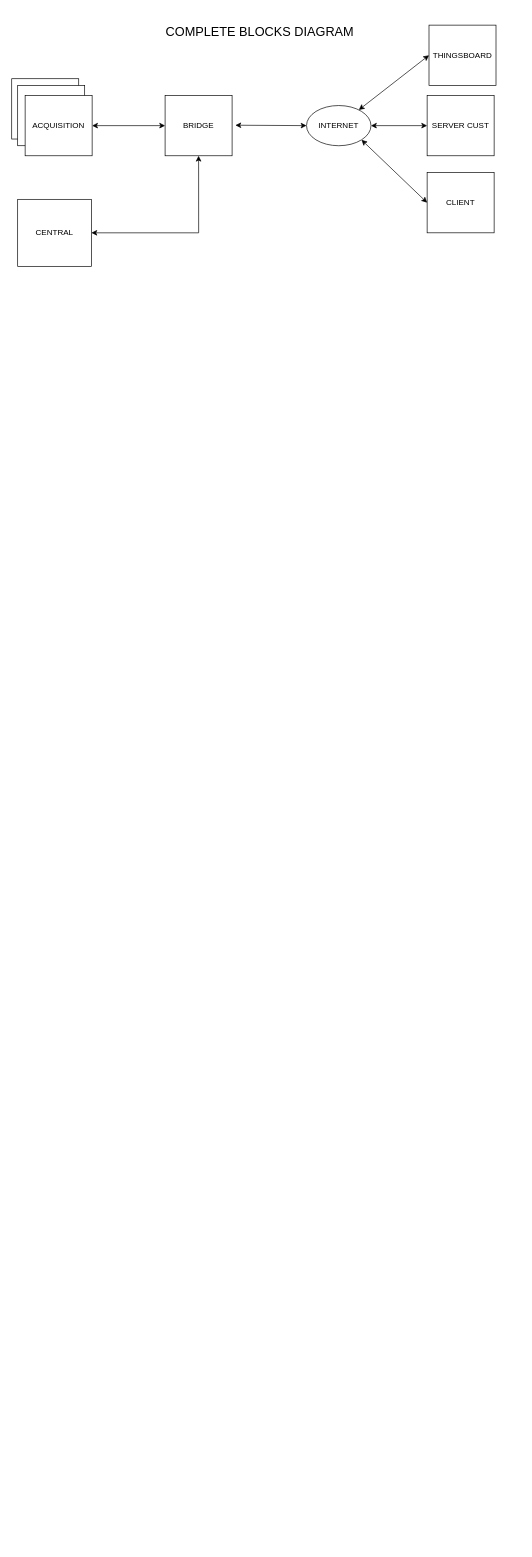
Before: page "Page-1" (1 of 2) of Doc/Blocks/Working_Blocks/Working_Blocks.drawio in fmarzo/SMASHBOX, a draw.io diagram. Source tidied: cells renumbered, new cells numbered last; positions are measured from the earlier drawing's top-left corner, leaving out a move shared by most shapes. Both pictures are drawn from the tidied source at 67%, with x=0, y=0 at pixel (11, 18).
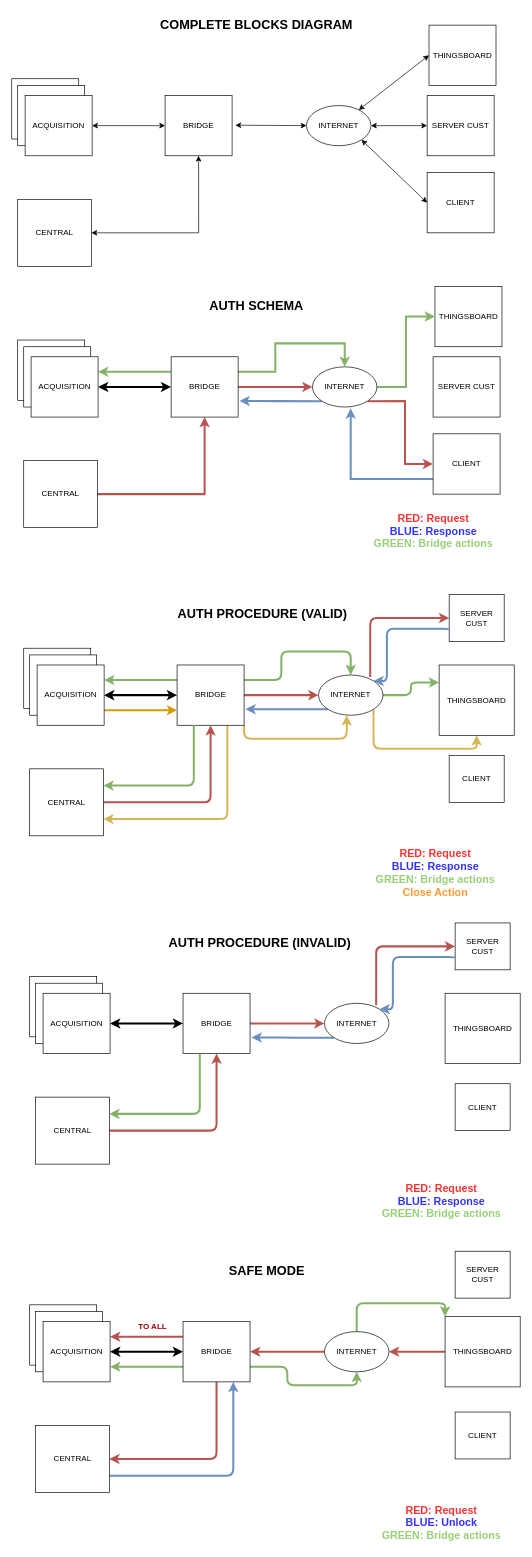
The same page after the edit.

Diff of the diagram source:
```diff
@@
-    <mxCell id="15" value="&lt;font style=&quot;font-size: 19px;&quot;&gt;COMPLETE BLOCKS DIAGRAM&lt;/font&gt;" style="text;html=1;align=center;verticalAlign=middle;strokeColor=none;fillColor=none;" parent="1" vertex="1">
-      <mxGeometry x="220" width="300" height="40" as="geometry" />
+    <mxCell id="15" value="&lt;font style=&quot;font-size: 19px;&quot;&gt;&lt;b&gt;COMPLETE BLOCKS DIAGRAM&lt;/b&gt;&lt;/font&gt;" style="text;html=1;align=center;verticalAlign=middle;strokeColor=none;fillColor=none;" parent="1" vertex="1">
+      <mxGeometry x="210" y="-10" width="310" height="40" as="geometry" />
     </mxCell>
@@
+    <mxCell id="18" value="&lt;font style=&quot;font-size: 19px;&quot;&gt;&lt;b&gt;AUTH SCHEMA&lt;/b&gt;&lt;/font&gt;" style="text;html=1;align=center;verticalAlign=middle;strokeColor=none;fillColor=none;" parent="1" vertex="1">
+      <mxGeometry x="285" y="410" width="160" height="40" as="geometry" />
+    </mxCell>
+    <mxCell id="19" style="rounded=0;whiteSpace=wrap;html=1;fillColor=none;" parent="1" vertex="1">
+      <mxGeometry x="8.9" y="480" width="100" height="90" as="geometry" />
+    </mxCell>
+    <mxCell id="20" style="edgeStyle=orthogonalEdgeStyle;rounded=0;jettySize=auto;html=1;entryX=0.5;entryY=1;entryDx=0;entryDy=0;fillColor=#f8cecc;strokeColor=#b85450;strokeWidth=3;" parent="1" edge="1" source="21" target="25">
+      <mxGeometry relative="1" as="geometry" />
+    </mxCell>
+    <mxCell id="21" value="CENTRAL" style="rounded=0;whiteSpace=wrap;html=1;" parent="1" vertex="1">
+      <mxGeometry x="17.9" y="660" width="110" height="100" as="geometry" />
+    </mxCell>
+    <mxCell id="22" style="edgeStyle=orthogonalEdgeStyle;rounded=0;jettySize=auto;html=1;fillColor=#f8cecc;strokeColor=#b85450;strokeWidth=3;" parent="1" edge="1" source="25" target="34">
+      <mxGeometry relative="1" as="geometry" />
+    </mxCell>
+    <mxCell id="23" style="edgeStyle=orthogonalEdgeStyle;rounded=1;jettySize=auto;html=1;exitX=0;exitY=0.25;exitDx=0;exitDy=0;entryX=1;entryY=0.25;entryDx=0;entryDy=0;fillColor=#d5e8d4;strokeColor=#82b366;strokeWidth=3;" parent="1" edge="1" source="25" target="36">
+      <mxGeometry relative="1" as="geometry" />
+    </mxCell>
+    <mxCell id="24" style="edgeStyle=orthogonalEdgeStyle;rounded=0;jettySize=auto;html=1;exitX=1;exitY=0.25;exitDx=0;exitDy=0;entryX=0.5;entryY=0;entryDx=0;entryDy=0;fillColor=#d5e8d4;strokeColor=#82b366;strokeWidth=3;" parent="1" edge="1" source="25" target="34">
+      <mxGeometry relative="1" as="geometry" />
+    </mxCell>
+    <mxCell id="25" value="BRIDGE" style="rounded=0;whiteSpace=wrap;html=1;" parent="1" vertex="1">
+      <mxGeometry x="237.9" y="505" width="100" height="90" as="geometry" />
+    </mxCell>
+    <mxCell id="26" value="THINGSBOARD" style="rounded=0;whiteSpace=wrap;html=1;" parent="1" vertex="1">
+      <mxGeometry x="631.7" y="400" width="100" height="90" as="geometry" />
+    </mxCell>
+    <mxCell id="27" value="SERVER CUST" style="rounded=0;whiteSpace=wrap;html=1;" parent="1" vertex="1">
+      <mxGeometry x="628.9" y="505" width="100" height="90" as="geometry" />
+    </mxCell>
+    <mxCell id="28" style="edgeStyle=orthogonalEdgeStyle;rounded=0;jettySize=auto;html=1;exitX=0;exitY=0.75;exitDx=0;exitDy=0;entryX=0.593;entryY=1.033;entryDx=0;entryDy=0;entryPerimeter=0;fillColor=#dae8fc;strokeColor=#6c8ebf;strokeWidth=3;" parent="1" edge="1" source="29" target="34">
+      <mxGeometry relative="1" as="geometry" />
+    </mxCell>
+    <mxCell id="29" value="CLIENT" style="rounded=0;whiteSpace=wrap;html=1;" parent="1" vertex="1">
+      <mxGeometry x="628.9" y="620" width="100" height="90" as="geometry" />
+    </mxCell>
+    <mxCell id="30" style="endArrow=classic;startArrow=classic;html=1;rounded=0;entryX=0;entryY=0.5;entryDx=0;entryDy=0;exitX=1;exitY=0.5;exitDx=0;exitDy=0;strokeWidth=3;" parent="1" edge="1" source="36" target="25">
+      <mxGeometry relative="1" as="geometry" />
+    </mxCell>
+    <mxCell id="31" style="edgeStyle=orthogonalEdgeStyle;rounded=0;jettySize=auto;html=1;exitX=1;exitY=1;exitDx=0;exitDy=0;entryX=0;entryY=0.5;entryDx=0;entryDy=0;fillColor=#f8cecc;strokeColor=#b85450;strokeWidth=3;" parent="1" edge="1" source="34" target="29">
+      <mxGeometry relative="1" as="geometry" />
+    </mxCell>
+    <mxCell id="32" style="edgeStyle=orthogonalEdgeStyle;rounded=0;jettySize=auto;html=1;exitX=0;exitY=1;exitDx=0;exitDy=0;fillColor=#dae8fc;strokeColor=#6c8ebf;strokeWidth=3;" parent="1" edge="1" source="34">
+      <mxGeometry relative="1" as="geometry">
+        <mxPoint x="340" y="571" as="targetPoint" />
+      </mxGeometry>
+    </mxCell>
+    <mxCell id="33" style="edgeStyle=orthogonalEdgeStyle;rounded=0;jettySize=auto;html=1;exitX=1;exitY=0.5;exitDx=0;exitDy=0;entryX=0;entryY=0.5;entryDx=0;entryDy=0;fillColor=#d5e8d4;strokeColor=#82b366;strokeWidth=3;" parent="1" edge="1" source="34" target="26">
+      <mxGeometry relative="1" as="geometry" />
+    </mxCell>
+    <mxCell id="34" value="INTERNET" style="ellipse;whiteSpace=wrap;html=1;" parent="1" vertex="1">
+      <mxGeometry x="448.9" y="520" width="96.2" height="60" as="geometry" />
+    </mxCell>
+    <mxCell id="35" style="rounded=0;whiteSpace=wrap;html=1;" parent="1" vertex="1">
+      <mxGeometry x="17.9" y="490" width="100" height="90" as="geometry" />
+    </mxCell>
+    <mxCell id="36" value="ACQUISITION" style="rounded=0;whiteSpace=wrap;html=1;" parent="1" vertex="1">
+      <mxGeometry x="28.9" y="505" width="100" height="90" as="geometry" />
+    </mxCell>
+    <mxCell id="37" value="&lt;font style=&quot;font-size: 19px;&quot;&gt;&lt;b&gt;AUTH PROCEDURE (VALID)&lt;/b&gt;&lt;/font&gt;" style="text;html=1;align=center;verticalAlign=middle;strokeColor=none;fillColor=none;" parent="1" vertex="1">
+      <mxGeometry x="233.9" y="870" width="280" height="40" as="geometry" />
+    </mxCell>
+    <mxCell id="38" style="rounded=0;whiteSpace=wrap;html=1;fillColor=none;" parent="1" vertex="1">
+      <mxGeometry x="17.9" y="940" width="100" height="90" as="geometry" />
+    </mxCell>
+    <mxCell id="39" style="edgeStyle=orthogonalEdgeStyle;rounded=1;jettySize=auto;html=1;entryX=0.5;entryY=1;entryDx=0;entryDy=0;fillColor=#f8cecc;strokeColor=#b85450;strokeWidth=3;" parent="1" edge="1" source="40" target="46">
+      <mxGeometry relative="1" as="geometry" />
+    </mxCell>
+    <mxCell id="40" value="CENTRAL" style="rounded=0;whiteSpace=wrap;html=1;" parent="1" vertex="1">
+      <mxGeometry x="26.8" y="1120" width="110" height="100" as="geometry" />
+    </mxCell>
+    <mxCell id="41" style="edgeStyle=orthogonalEdgeStyle;rounded=1;jettySize=auto;html=1;fillColor=#f8cecc;strokeColor=#b85450;strokeWidth=3;" parent="1" edge="1" source="46" target="54">
+      <mxGeometry relative="1" as="geometry" />
+    </mxCell>
+    <mxCell id="42" style="edgeStyle=orthogonalEdgeStyle;rounded=1;jettySize=auto;html=1;exitX=0;exitY=0.25;exitDx=0;exitDy=0;entryX=1;entryY=0.25;entryDx=0;entryDy=0;fillColor=#d5e8d4;strokeColor=#82b366;strokeWidth=3;" parent="1" edge="1" source="46" target="57">
+      <mxGeometry relative="1" as="geometry" />
+    </mxCell>
+    <mxCell id="43" style="edgeStyle=orthogonalEdgeStyle;rounded=1;jettySize=auto;html=1;exitX=1;exitY=0.25;exitDx=0;exitDy=0;entryX=0.5;entryY=0;entryDx=0;entryDy=0;fillColor=#d5e8d4;strokeColor=#82b366;strokeWidth=3;" parent="1" edge="1" source="46" target="54">
+      <mxGeometry relative="1" as="geometry" />
+    </mxCell>
+    <mxCell id="44" style="edgeStyle=orthogonalEdgeStyle;rounded=1;jettySize=auto;html=1;exitX=0.75;exitY=1;exitDx=0;exitDy=0;entryX=1;entryY=0.75;entryDx=0;entryDy=0;strokeWidth=3;fillColor=#fff2cc;strokeColor=#d6b656;" parent="1" edge="1" source="46" target="40">
+      <mxGeometry relative="1" as="geometry" />
+    </mxCell>
+    <mxCell id="45" style="edgeStyle=orthogonalEdgeStyle;rounded=1;jettySize=auto;html=1;exitX=1;exitY=1;exitDx=0;exitDy=0;entryX=0.438;entryY=1;entryDx=0;entryDy=0;entryPerimeter=0;fillColor=#fff2cc;strokeColor=#d6b656;strokeWidth=3;" parent="1" edge="1" source="46" target="54">
+      <mxGeometry relative="1" as="geometry" />
+    </mxCell>
+    <mxCell id="46" value="BRIDGE" style="rounded=0;whiteSpace=wrap;html=1;" parent="1" vertex="1">
+      <mxGeometry x="246.8" y="965" width="100" height="90" as="geometry" />
+    </mxCell>
+    <mxCell id="47" value="THINGSBOARD" style="rounded=0;whiteSpace=wrap;html=1;" parent="1" vertex="1">
+      <mxGeometry x="637.9" y="965" width="112.1" height="105" as="geometry" />
+    </mxCell>
+    <mxCell id="48" value="CLIENT" style="rounded=0;whiteSpace=wrap;html=1;" parent="1" vertex="1">
+      <mxGeometry x="652.9" y="1100" width="82.1" height="70" as="geometry" />
+    </mxCell>
+    <mxCell id="49" style="endArrow=classic;startArrow=classic;html=1;rounded=1;entryX=0;entryY=0.5;entryDx=0;entryDy=0;exitX=1;exitY=0.5;exitDx=0;exitDy=0;strokeWidth=3;" parent="1" edge="1" source="57" target="46">
+      <mxGeometry relative="1" as="geometry" />
+    </mxCell>
+    <mxCell id="50" style="edgeStyle=orthogonalEdgeStyle;rounded=1;jettySize=auto;html=1;exitX=0;exitY=1;exitDx=0;exitDy=0;fillColor=#dae8fc;strokeColor=#6c8ebf;strokeWidth=3;" parent="1" edge="1" source="54">
+      <mxGeometry relative="1" as="geometry">
+        <mxPoint x="348.9" y="1031" as="targetPoint" />
+      </mxGeometry>
+    </mxCell>
+    <mxCell id="51" style="edgeStyle=orthogonalEdgeStyle;rounded=1;jettySize=auto;html=1;exitX=1;exitY=0.5;exitDx=0;exitDy=0;entryX=0;entryY=0.25;entryDx=0;entryDy=0;fillColor=#d5e8d4;strokeColor=#82b366;strokeWidth=3;" parent="1" edge="1" source="54" target="47">
+      <mxGeometry relative="1" as="geometry" />
+    </mxCell>
+    <mxCell id="52" style="edgeStyle=orthogonalEdgeStyle;rounded=1;jettySize=auto;html=1;exitX=1;exitY=1;exitDx=0;exitDy=0;entryX=0.5;entryY=1;entryDx=0;entryDy=0;fillColor=#fff2cc;strokeColor=#d6b656;strokeWidth=3;" parent="1" edge="1" source="54" target="47">
+      <mxGeometry relative="1" as="geometry">
+        <Array as="points">
+          <mxPoint x="540" y="1090" />
+          <mxPoint x="694" y="1090" />
+        </Array>
+      </mxGeometry>
+    </mxCell>
+    <mxCell id="53" style="edgeStyle=orthogonalEdgeStyle;rounded=1;jettySize=auto;html=1;exitX=0.802;exitY=0.05;exitDx=0;exitDy=0;entryX=0;entryY=0.5;entryDx=0;entryDy=0;fillColor=#f8cecc;strokeColor=#b85450;strokeWidth=3;exitPerimeter=0;" parent="1" edge="1" source="54" target="61">
+      <mxGeometry relative="1" as="geometry">
+        <Array as="points">
+          <mxPoint x="535" y="895" />
+        </Array>
+      </mxGeometry>
+    </mxCell>
+    <mxCell id="54" value="INTERNET" style="ellipse;whiteSpace=wrap;html=1;" parent="1" vertex="1">
+      <mxGeometry x="457.9" y="980" width="96.2" height="60" as="geometry" />
+    </mxCell>
+    <mxCell id="55" style="rounded=0;whiteSpace=wrap;html=1;" parent="1" vertex="1">
+      <mxGeometry x="26.8" y="950" width="100" height="90" as="geometry" />
+    </mxCell>
+    <mxCell id="56" style="edgeStyle=orthogonalEdgeStyle;rounded=1;jettySize=auto;html=1;exitX=1;exitY=0.75;exitDx=0;exitDy=0;entryX=0;entryY=0.75;entryDx=0;entryDy=0;fillColor=#ffe6cc;strokeColor=#d79b00;strokeWidth=3;" parent="1" edge="1" source="57" target="46">
+      <mxGeometry relative="1" as="geometry" />
+    </mxCell>
+    <mxCell id="57" value="ACQUISITION" style="rounded=0;whiteSpace=wrap;html=1;" parent="1" vertex="1">
+      <mxGeometry x="37.9" y="965" width="100" height="90" as="geometry" />
+    </mxCell>
+    <mxCell id="58" value="&lt;font style=&quot;font-size: 16px;&quot;&gt;&lt;b&gt;&lt;font color=&quot;#ff3333&quot;&gt;RED: Request&lt;br&gt;&lt;/font&gt;&lt;font color=&quot;#3333ff&quot;&gt;BLUE: Response&lt;/font&gt;&lt;br&gt;&lt;font color=&quot;#97d077&quot;&gt;GREEN: Bridge actions&lt;/font&gt;&lt;br&gt;&lt;font color=&quot;#ff9933&quot;&gt;Close Action&lt;/font&gt;&lt;br&gt;&lt;/b&gt;&lt;/font&gt;" style="text;html=1;align=center;verticalAlign=middle;strokeColor=none;fillColor=none;" parent="1" vertex="1">
+      <mxGeometry x="531.7" y="1230" width="200" height="90" as="geometry" />
+    </mxCell>
+    <mxCell id="59" style="edgeStyle=orthogonalEdgeStyle;rounded=1;jettySize=auto;html=1;exitX=0.25;exitY=1;exitDx=0;exitDy=0;entryX=1;entryY=0.25;entryDx=0;entryDy=0;fillColor=#d5e8d4;strokeColor=#82b366;strokeWidth=3;" parent="1" edge="1" source="46" target="40">
+      <mxGeometry relative="1" as="geometry" />
+    </mxCell>
+    <mxCell id="60" value="&lt;font style=&quot;font-size: 16px;&quot;&gt;&lt;b&gt;&lt;font color=&quot;#ff3333&quot;&gt;RED: Request&lt;br&gt;&lt;/font&gt;&lt;font color=&quot;#3333ff&quot;&gt;BLUE: Response&lt;/font&gt;&lt;br&gt;&lt;font color=&quot;#97d077&quot;&gt;GREEN: Bridge actions&lt;/font&gt;&lt;br&gt;&lt;/b&gt;&lt;/font&gt;" style="text;html=1;align=center;verticalAlign=middle;strokeColor=none;fillColor=none;" parent="1" vertex="1">
+      <mxGeometry x="528.9" y="730" width="200" height="70" as="geometry" />
+    </mxCell>
+    <mxCell id="61" value="SERVER CUST" style="rounded=0;whiteSpace=wrap;html=1;" parent="1" vertex="1">
+      <mxGeometry x="652.9" y="860" width="82.1" height="70" as="geometry" />
+    </mxCell>
+    <mxCell id="62" style="edgeStyle=orthogonalEdgeStyle;rounded=1;jettySize=auto;html=1;exitX=0;exitY=0.75;exitDx=0;exitDy=0;fillColor=#dae8fc;strokeColor=#6c8ebf;strokeWidth=3;entryX=1;entryY=0;entryDx=0;entryDy=0;" parent="1" edge="1" source="61" target="54">
+      <mxGeometry relative="1" as="geometry">
+        <Array as="points">
+          <mxPoint x="653" y="911" />
+          <mxPoint x="560" y="911" />
+          <mxPoint x="560" y="989" />
+        </Array>
+      </mxGeometry>
+    </mxCell>
+    <mxCell id="63" value="&lt;font style=&quot;font-size: 19px;&quot;&gt;&lt;b&gt;AUTH PROCEDURE (INVALID)&lt;/b&gt;&lt;/font&gt;" style="text;html=1;align=center;verticalAlign=middle;strokeColor=none;fillColor=none;" parent="1" vertex="1">
+      <mxGeometry x="220" y="1360" width="300" height="40" as="geometry" />
+    </mxCell>
+    <mxCell id="64" style="rounded=0;whiteSpace=wrap;html=1;fillColor=none;" parent="1" vertex="1">
+      <mxGeometry x="26.8" y="1430" width="100" height="90" as="geometry" />
+    </mxCell>
+    <mxCell id="65" style="edgeStyle=orthogonalEdgeStyle;rounded=1;jettySize=auto;html=1;entryX=0.5;entryY=1;entryDx=0;entryDy=0;fillColor=#f8cecc;strokeColor=#b85450;strokeWidth=3;" parent="1" edge="1" source="66" target="68">
+      <mxGeometry relative="1" as="geometry" />
+    </mxCell>
+    <mxCell id="66" value="CENTRAL" style="rounded=0;whiteSpace=wrap;html=1;" parent="1" vertex="1">
+      <mxGeometry x="35.7" y="1610" width="110" height="100" as="geometry" />
+    </mxCell>
+    <mxCell id="67" style="edgeStyle=orthogonalEdgeStyle;rounded=1;jettySize=auto;html=1;fillColor=#f8cecc;strokeColor=#b85450;strokeWidth=3;" parent="1" edge="1" source="68" target="74">
+      <mxGeometry relative="1" as="geometry" />
+    </mxCell>
+    <mxCell id="68" value="BRIDGE" style="rounded=0;whiteSpace=wrap;html=1;" parent="1" vertex="1">
+      <mxGeometry x="255.7" y="1455" width="100" height="90" as="geometry" />
+    </mxCell>
+    <mxCell id="69" value="THINGSBOARD" style="rounded=0;whiteSpace=wrap;html=1;" parent="1" vertex="1">
+      <mxGeometry x="646.8" y="1455" width="112.1" height="105" as="geometry" />
+    </mxCell>
+    <mxCell id="70" value="CLIENT" style="rounded=0;whiteSpace=wrap;html=1;" parent="1" vertex="1">
+      <mxGeometry x="661.8" y="1590" width="82.1" height="70" as="geometry" />
+    </mxCell>
+    <mxCell id="71" style="endArrow=classic;startArrow=classic;html=1;rounded=1;entryX=0;entryY=0.5;entryDx=0;entryDy=0;exitX=1;exitY=0.5;exitDx=0;exitDy=0;strokeWidth=3;" parent="1" edge="1" source="76" target="68">
+      <mxGeometry relative="1" as="geometry" />
+    </mxCell>
+    <mxCell id="72" style="edgeStyle=orthogonalEdgeStyle;rounded=1;jettySize=auto;html=1;exitX=0;exitY=1;exitDx=0;exitDy=0;fillColor=#dae8fc;strokeColor=#6c8ebf;strokeWidth=3;" parent="1" edge="1" source="74">
+      <mxGeometry relative="1" as="geometry">
+        <mxPoint x="357.9" y="1521" as="targetPoint" />
+      </mxGeometry>
+    </mxCell>
+    <mxCell id="73" style="edgeStyle=orthogonalEdgeStyle;rounded=1;jettySize=auto;html=1;exitX=0.802;exitY=0.05;exitDx=0;exitDy=0;entryX=0;entryY=0.5;entryDx=0;entryDy=0;fillColor=#f8cecc;strokeColor=#b85450;strokeWidth=3;exitPerimeter=0;" parent="1" edge="1" source="74" target="79">
+      <mxGeometry relative="1" as="geometry">
+        <Array as="points">
+          <mxPoint x="543.9" y="1385" />
+        </Array>
+      </mxGeometry>
+    </mxCell>
+    <mxCell id="74" value="INTERNET" style="ellipse;whiteSpace=wrap;html=1;" parent="1" vertex="1">
+      <mxGeometry x="466.8" y="1470" width="96.2" height="60" as="geometry" />
+    </mxCell>
+    <mxCell id="75" style="rounded=0;whiteSpace=wrap;html=1;" parent="1" vertex="1">
+      <mxGeometry x="35.7" y="1440" width="100" height="90" as="geometry" />
+    </mxCell>
+    <mxCell id="76" value="ACQUISITION" style="rounded=0;whiteSpace=wrap;html=1;" parent="1" vertex="1">
+      <mxGeometry x="46.8" y="1455" width="100" height="90" as="geometry" />
+    </mxCell>
+    <mxCell id="77" value="&lt;font style=&quot;font-size: 16px;&quot;&gt;&lt;b&gt;&lt;font color=&quot;#ff3333&quot;&gt;RED: Request&lt;br&gt;&lt;/font&gt;&lt;font color=&quot;#3333ff&quot;&gt;BLUE: Response&lt;/font&gt;&lt;br&gt;&lt;font color=&quot;#97d077&quot;&gt;GREEN: Bridge actions&lt;/font&gt;&lt;br&gt;&lt;/b&gt;&lt;/font&gt;" style="text;html=1;align=center;verticalAlign=middle;strokeColor=none;fillColor=none;" parent="1" vertex="1">
+      <mxGeometry x="540.7" y="1730" width="200" height="70" as="geometry" />
+    </mxCell>
+    <mxCell id="78" style="edgeStyle=orthogonalEdgeStyle;rounded=1;jettySize=auto;html=1;exitX=0.25;exitY=1;exitDx=0;exitDy=0;entryX=1;entryY=0.25;entryDx=0;entryDy=0;fillColor=#d5e8d4;strokeColor=#82b366;strokeWidth=3;" parent="1" edge="1" source="68" target="66">
+      <mxGeometry relative="1" as="geometry" />
+    </mxCell>
+    <mxCell id="79" value="SERVER CUST" style="rounded=0;whiteSpace=wrap;html=1;" parent="1" vertex="1">
+      <mxGeometry x="661.8" y="1350" width="82.1" height="70" as="geometry" />
+    </mxCell>
+    <mxCell id="80" style="edgeStyle=orthogonalEdgeStyle;rounded=1;jettySize=auto;html=1;exitX=0;exitY=0.75;exitDx=0;exitDy=0;fillColor=#dae8fc;strokeColor=#6c8ebf;strokeWidth=3;entryX=1;entryY=0;entryDx=0;entryDy=0;" parent="1" edge="1" source="79" target="74">
+      <mxGeometry relative="1" as="geometry">
+        <Array as="points">
+          <mxPoint x="661.9" y="1401" />
+          <mxPoint x="568.9" y="1401" />
+          <mxPoint x="568.9" y="1479" />
+        </Array>
+      </mxGeometry>
+    </mxCell>
+    <mxCell id="81" value="&lt;font style=&quot;font-size: 19px;&quot;&gt;&lt;b&gt;SAFE MODE&amp;nbsp;&lt;/b&gt;&lt;/font&gt;" style="text;html=1;align=center;verticalAlign=middle;strokeColor=none;fillColor=none;" parent="1" vertex="1">
+      <mxGeometry x="312.9" y="1850" width="140" height="40" as="geometry" />
+    </mxCell>
+    <mxCell id="82" style="rounded=0;whiteSpace=wrap;html=1;fillColor=none;" parent="1" vertex="1">
+      <mxGeometry x="26.8" y="1920" width="100" height="90" as="geometry" />
+    </mxCell>
+    <mxCell id="83" style="edgeStyle=orthogonalEdgeStyle;rounded=1;jettySize=auto;html=1;fillColor=#f8cecc;strokeColor=#b85450;strokeWidth=3;exitX=0.5;exitY=1;exitDx=0;exitDy=0;entryX=1;entryY=0.5;entryDx=0;entryDy=0;" parent="1" edge="1" source="90" target="85">
+      <mxGeometry relative="1" as="geometry" />
+    </mxCell>
+    <mxCell id="84" style="edgeStyle=orthogonalEdgeStyle;rounded=1;jettySize=auto;html=1;exitX=1;exitY=0.75;exitDx=0;exitDy=0;entryX=0.75;entryY=1;entryDx=0;entryDy=0;strokeWidth=3;fillColor=#dae8fc;strokeColor=#6c8ebf;" parent="1" edge="1" source="85" target="90">
+      <mxGeometry relative="1" as="geometry" />
+    </mxCell>
+    <mxCell id="85" value="CENTRAL" style="rounded=0;whiteSpace=wrap;html=1;" parent="1" vertex="1">
+      <mxGeometry x="35.7" y="2100" width="110" height="100" as="geometry" />
+    </mxCell>
+    <mxCell id="86" style="edgeStyle=orthogonalEdgeStyle;rounded=1;jettySize=auto;html=1;fillColor=#f8cecc;strokeColor=#b85450;strokeWidth=3;" parent="1" edge="1" source="96" target="90">
+      <mxGeometry relative="1" as="geometry" />
+    </mxCell>
+    <mxCell id="87" style="edgeStyle=orthogonalEdgeStyle;rounded=1;jettySize=auto;html=1;exitX=0;exitY=0.25;exitDx=0;exitDy=0;entryX=1;entryY=0.25;entryDx=0;entryDy=0;fillColor=#f8cecc;strokeColor=#b85450;strokeWidth=3;" parent="1" edge="1" source="90" target="98">
+      <mxGeometry relative="1" as="geometry" />
+    </mxCell>
+    <mxCell id="88" style="edgeStyle=orthogonalEdgeStyle;rounded=1;jettySize=auto;html=1;exitX=0;exitY=0.75;exitDx=0;exitDy=0;strokeWidth=3;fillColor=#d5e8d4;strokeColor=#82b366;entryX=1;entryY=0.75;entryDx=0;entryDy=0;" parent="1" edge="1" source="90" target="98">
+      <mxGeometry relative="1" as="geometry" />
+    </mxCell>
+    <mxCell id="89" style="edgeStyle=orthogonalEdgeStyle;rounded=1;jettySize=auto;html=1;exitX=1;exitY=0.75;exitDx=0;exitDy=0;entryX=0.5;entryY=1;entryDx=0;entryDy=0;fillColor=#d5e8d4;strokeColor=#82b366;strokeWidth=3;" parent="1" edge="1" source="90" target="96">
+      <mxGeometry relative="1" as="geometry" />
+    </mxCell>
+    <mxCell id="90" value="BRIDGE" style="rounded=0;whiteSpace=wrap;html=1;" parent="1" vertex="1">
+      <mxGeometry x="255.7" y="1945" width="100" height="90" as="geometry" />
+    </mxCell>
+    <mxCell id="91" style="edgeStyle=orthogonalEdgeStyle;rounded=1;jettySize=auto;html=1;exitX=0;exitY=0.5;exitDx=0;exitDy=0;entryX=1;entryY=0.5;entryDx=0;entryDy=0;fillColor=#f8cecc;strokeColor=#b85450;strokeWidth=3;" parent="1" edge="1" source="92" target="96">
+      <mxGeometry relative="1" as="geometry" />
+    </mxCell>
+    <mxCell id="92" value="THINGSBOARD" style="rounded=0;whiteSpace=wrap;html=1;" parent="1" vertex="1">
+      <mxGeometry x="646.8" y="1937.5" width="112.1" height="105" as="geometry" />
+    </mxCell>
+    <mxCell id="93" value="CLIENT" style="rounded=0;whiteSpace=wrap;html=1;" parent="1" vertex="1">
+      <mxGeometry x="661.8" y="2080" width="82.1" height="70" as="geometry" />
+    </mxCell>
+    <mxCell id="94" style="endArrow=classic;startArrow=classic;html=1;rounded=1;entryX=0;entryY=0.5;entryDx=0;entryDy=0;exitX=1;exitY=0.5;exitDx=0;exitDy=0;strokeWidth=3;" parent="1" edge="1" source="98" target="90">
+      <mxGeometry relative="1" as="geometry" />
+    </mxCell>
+    <mxCell id="95" style="edgeStyle=orthogonalEdgeStyle;rounded=1;jettySize=auto;html=1;exitX=0.5;exitY=0;exitDx=0;exitDy=0;entryX=0;entryY=0;entryDx=0;entryDy=0;fillColor=#d5e8d4;strokeColor=#82b366;strokeWidth=3;" parent="1" edge="1" source="96" target="92">
+      <mxGeometry relative="1" as="geometry" />
+    </mxCell>
+    <mxCell id="96" value="INTERNET" style="ellipse;whiteSpace=wrap;html=1;" parent="1" vertex="1">
+      <mxGeometry x="466.8" y="1960" width="96.2" height="60" as="geometry" />
+    </mxCell>
+    <mxCell id="97" style="rounded=0;whiteSpace=wrap;html=1;" parent="1" vertex="1">
+      <mxGeometry x="35.7" y="1930" width="100" height="90" as="geometry" />
+    </mxCell>
+    <mxCell id="98" value="ACQUISITION" style="rounded=0;whiteSpace=wrap;html=1;" parent="1" vertex="1">
+      <mxGeometry x="46.8" y="1945" width="100" height="90" as="geometry" />
+    </mxCell>
+    <mxCell id="99" value="SERVER CUST" style="rounded=0;whiteSpace=wrap;html=1;" parent="1" vertex="1">
+      <mxGeometry x="661.8" y="1840" width="82.1" height="70" as="geometry" />
+    </mxCell>
+    <mxCell id="100" value="&lt;b&gt;&lt;font color=&quot;#990000&quot;&gt;TO ALL&lt;/font&gt;&lt;/b&gt;" style="text;html=1;align=center;verticalAlign=middle;strokeColor=none;fillColor=none;" parent="1" vertex="1">
+      <mxGeometry x="175" y="1938" width="70" height="30" as="geometry" />
+    </mxCell>
+    <mxCell id="101" value="&lt;font style=&quot;font-size: 16px;&quot;&gt;&lt;b&gt;&lt;font color=&quot;#ff3333&quot;&gt;RED: Request&lt;br&gt;&lt;/font&gt;&lt;font color=&quot;#3333ff&quot;&gt;BLUE: Unlock&lt;/font&gt;&lt;br&gt;&lt;font color=&quot;#97d077&quot;&gt;GREEN: Bridge actions&lt;/font&gt;&lt;br&gt;&lt;/b&gt;&lt;/font&gt;" style="text;html=1;align=center;verticalAlign=middle;strokeColor=none;fillColor=none;" parent="1" vertex="1">
+      <mxGeometry x="540.7" y="2210" width="200" height="70" as="geometry" />
+    </mxCell>
```
